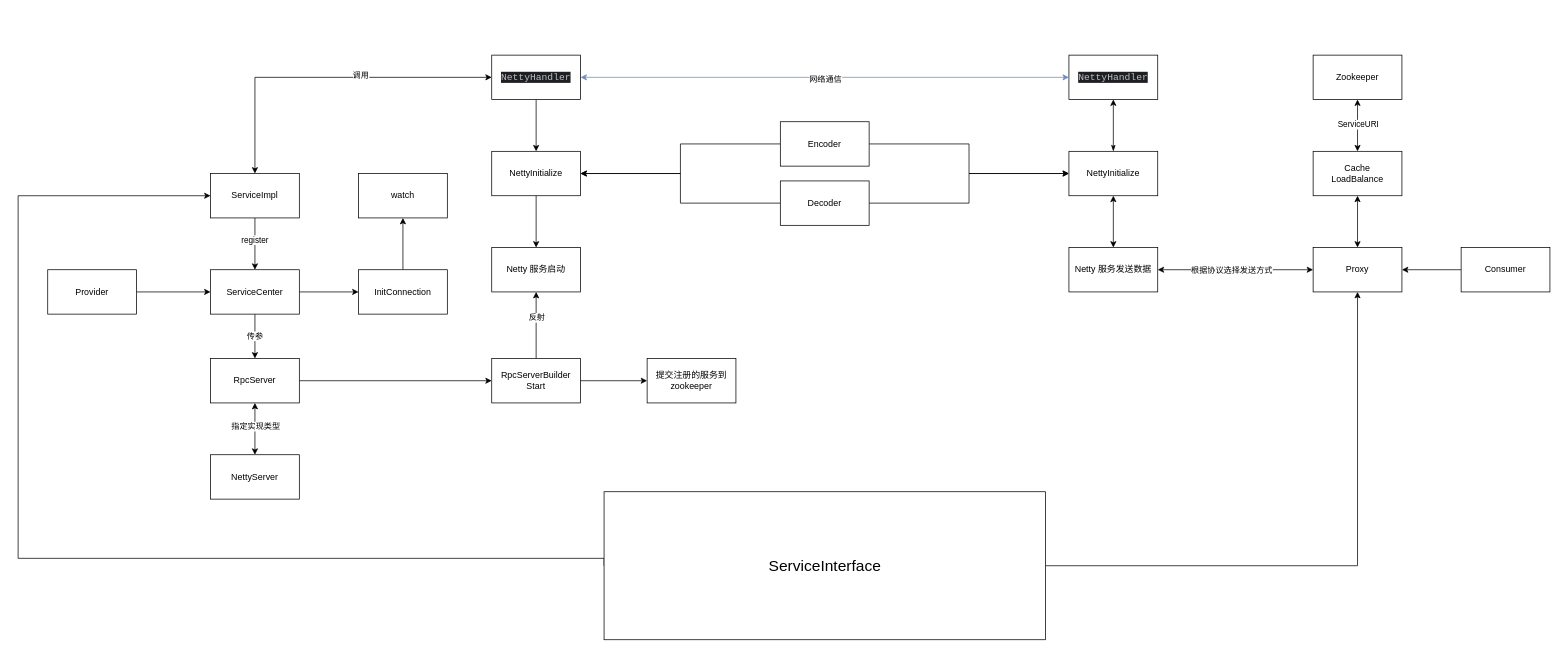
This is doc/总体框架.drawio from Rain-kl/ryan-rpc, a draw.io file, before an edit. Source tidied: cells renumbered, new cells numbered last; positions are measured from the earlier drawing's top-left corner, leaving out a move shared by most shapes. Both pictures are drawn from the tidied source at 74%, with x=0, y=0 at pixel (18, 55).
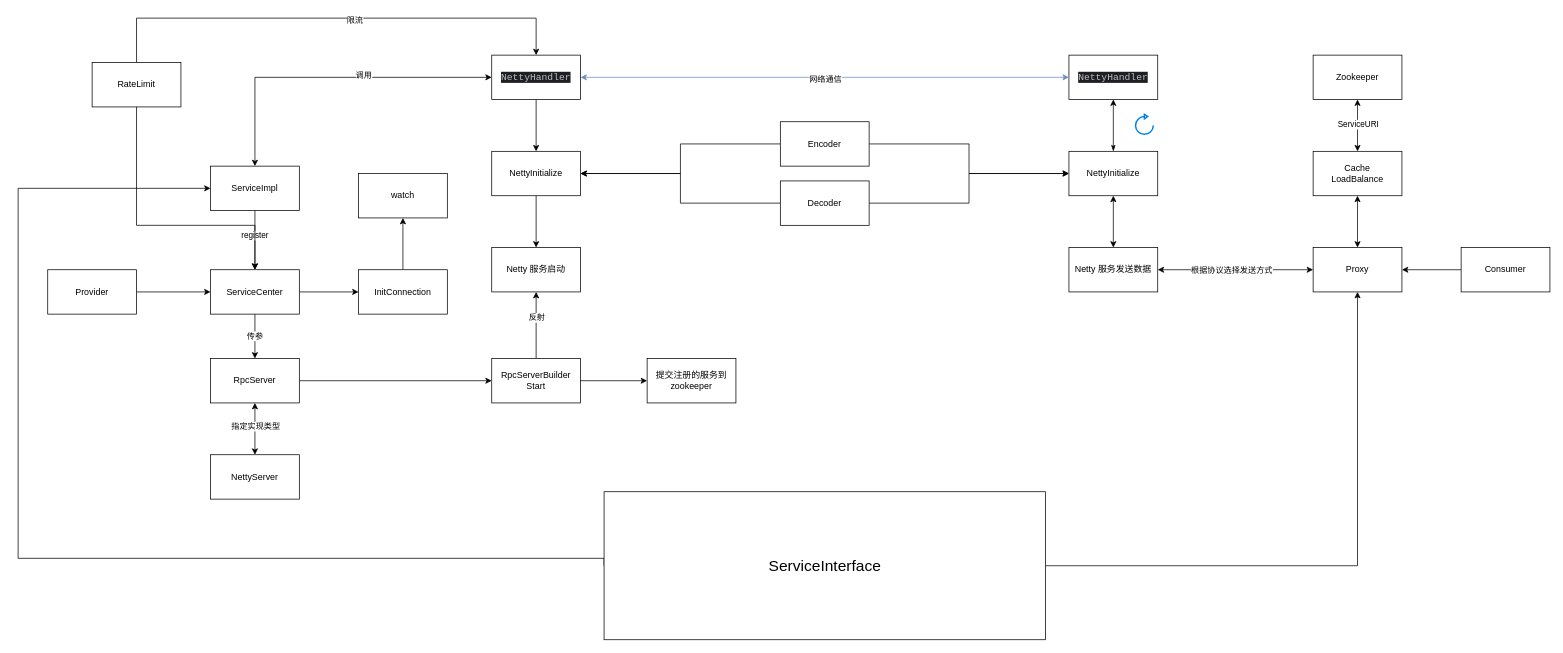
The same page after the edit.

Unchanged cells that the change refers to:
```xml
<mxCell id="6" value="ServiceCenter" style="whiteSpace=wrap;html=1;rounded=0;" parent="1" vertex="1">
  <mxGeometry x="260" y="290" width="120" height="60" as="geometry" />
</mxCell>
<mxCell id="28" value="&lt;div style=&quot;background-color:#1e1f22;color:#bcbec4&quot;&gt;&lt;pre style=&quot;font-family:'JetBrains Mono',monospace;font-size:9.8pt;&quot;&gt;NettyHandler&lt;/pre&gt;&lt;/div&gt;" style="whiteSpace=wrap;html=1;" parent="1" vertex="1">
  <mxGeometry x="640" width="120" height="60" as="geometry" />
</mxCell>
<mxCell id="47" value="&lt;font style=&quot;font-size: 21px;&quot;&gt;ServiceInterface&lt;/font&gt;" style="rounded=0;whiteSpace=wrap;html=1;" parent="1" vertex="1">
  <mxGeometry x="791.8" y="590" width="596.5" height="200" as="geometry" />
</mxCell>
```

What changed in the source:
```diff
@@
     <mxCell id="9" value="ServiceImpl" style="rounded=0;whiteSpace=wrap;html=1;" parent="1" vertex="1">
-      <mxGeometry x="260" y="160" width="120" height="60" as="geometry" />
+      <mxGeometry x="260" y="150" width="120" height="60" as="geometry" />
     </mxCell>
@@
     <mxCell id="45" style="edgeStyle=orthogonalEdgeStyle;rounded=0;jettySize=auto;html=1;entryX=0;entryY=0.5;entryDx=0;entryDy=0;exitX=0;exitY=0.5;exitDx=0;exitDy=0;" parent="1" edge="1" source="47" target="9">
       <mxGeometry relative="1" as="geometry">
         <Array as="points">
+          <mxPoint x="792" y="680" />
           <mxPoint y="680" />
-          <mxPoint y="190" />
+          <mxPoint y="180" />
         </Array>
       </mxGeometry>
     </mxCell>
@@
+    <mxCell id="56" style="html=1;verticalLabelPosition=bottom;align=center;labelBackgroundColor=#ffffff;verticalAlign=top;strokeWidth=2;strokeColor=#0080F0;shadow=0;dashed=0;shape=mxgraph.ios7.icons.reload;" parent="1" vertex="1">
+      <mxGeometry x="1510" y="80" width="24" height="27" as="geometry" />
+    </mxCell>
+    <mxCell id="57" style="edgeStyle=orthogonalEdgeStyle;rounded=0;jettySize=auto;html=1;entryX=0.5;entryY=0;entryDx=0;entryDy=0;" parent="1" edge="1" source="59" target="28">
+      <mxGeometry relative="1" as="geometry">
+        <Array as="points">
+          <mxPoint x="160" y="-50" />
+          <mxPoint x="700" y="-50" />
+        </Array>
+      </mxGeometry>
+    </mxCell>
+    <mxCell id="58" value="限流" style="edgeLabel;html=1;align=center;verticalAlign=middle;" parent="57" vertex="1">
+      <mxGeometry x="0.09" y="-2" relative="1" as="geometry" />
+    </mxCell>
+    <mxCell id="59" value="RateLimit" style="whiteSpace=wrap;html=1;rounded=0;" parent="1" vertex="1">
+      <mxGeometry x="100" y="10" width="120" height="60" as="geometry" />
+    </mxCell>
+    <mxCell id="60" style="edgeStyle=orthogonalEdgeStyle;rounded=0;jettySize=auto;html=1;entryX=0.5;entryY=0;entryDx=0;entryDy=0;exitX=0.5;exitY=1;exitDx=0;exitDy=0;" parent="1" edge="1" source="59" target="6">
+      <mxGeometry relative="1" as="geometry">
+        <Array as="points">
+          <mxPoint x="160" y="230" />
+          <mxPoint x="320" y="230" />
+        </Array>
+      </mxGeometry>
+    </mxCell>
```
